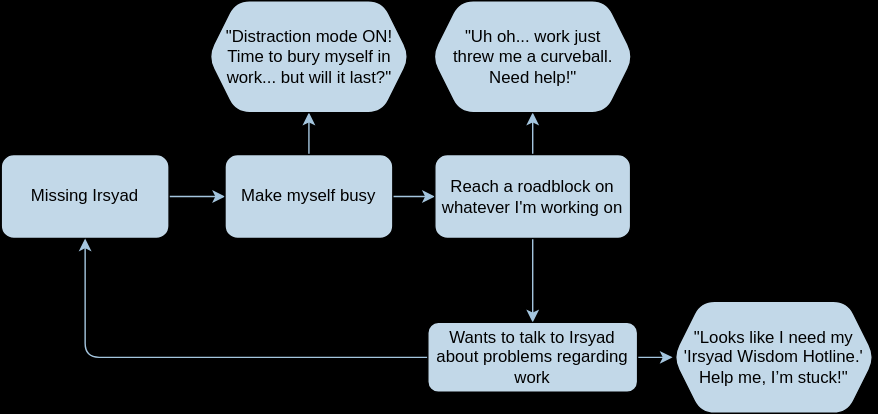
Above: Untitled Diagram.drawio.svg in MaryVII/Flowchart (draw.io), before the change. Source tidied: cells renumbered, new cells last; positions are measured from the earlier drawing's top-left corner, leaving out a move shared by most shapes.
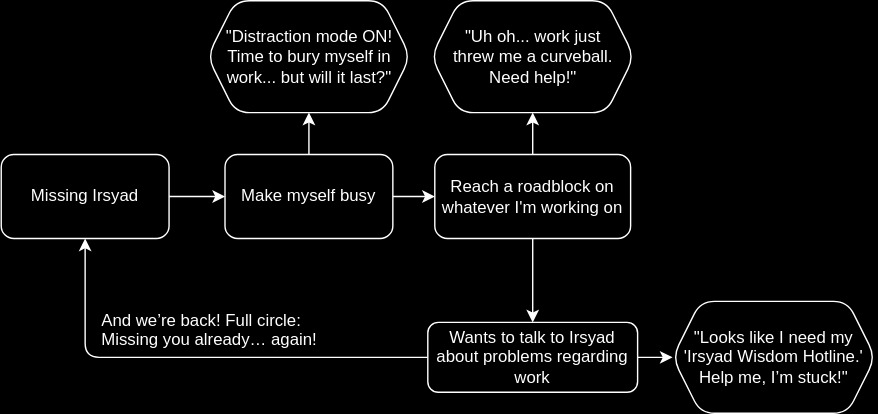
After the change.

The edit, as a diff of the source:
```diff
@@ -2,49 +2,49 @@
   <root>
     <mxCell id="0" />
     <mxCell id="1" parent="0" />
-    <mxCell id="2" style="edgeStyle=orthogonalEdgeStyle;rounded=1;jettySize=auto;html=1;labelBackgroundColor=none;strokeColor=#23445D;fontColor=default;" parent="1" edge="1" source="3" target="6">
+    <mxCell id="2" style="edgeStyle=orthogonalEdgeStyle;rounded=1;jettySize=auto;html=1;labelBackgroundColor=none;fontColor=default;" parent="1" edge="1" source="3" target="6">
       <mxGeometry relative="1" as="geometry" />
     </mxCell>
-    <mxCell id="3" value="Missing Irsyad" style="rounded=1;whiteSpace=wrap;html=1;labelBackgroundColor=none;fillColor=#182E3E;strokeColor=#FFFFFF;fontColor=#FFFFFF;" parent="1" vertex="1">
+    <mxCell id="3" value="Missing Irsyad" style="rounded=1;whiteSpace=wrap;html=1;labelBackgroundColor=none;" parent="1" vertex="1">
       <mxGeometry y="110" width="120" height="60" as="geometry" />
     </mxCell>
-    <mxCell id="4" style="edgeStyle=orthogonalEdgeStyle;rounded=1;jettySize=auto;html=1;labelBackgroundColor=none;strokeColor=#23445D;fontColor=default;" parent="1" edge="1" source="6" target="9">
+    <mxCell id="4" style="edgeStyle=orthogonalEdgeStyle;rounded=1;jettySize=auto;html=1;labelBackgroundColor=none;fontColor=default;" parent="1" edge="1" source="6" target="9">
       <mxGeometry relative="1" as="geometry" />
     </mxCell>
-    <mxCell id="5" style="edgeStyle=orthogonalEdgeStyle;rounded=1;jettySize=auto;html=1;labelBackgroundColor=none;strokeColor=#23445D;fontColor=default;" parent="1" edge="1" source="6" target="13">
+    <mxCell id="5" style="edgeStyle=orthogonalEdgeStyle;rounded=1;jettySize=auto;html=1;labelBackgroundColor=none;fontColor=default;" parent="1" edge="1" source="6" target="13">
       <mxGeometry relative="1" as="geometry" />
     </mxCell>
-    <mxCell id="6" value="Make myself busy" style="whiteSpace=wrap;html=1;rounded=1;labelBackgroundColor=none;fillColor=#182E3E;strokeColor=#FFFFFF;fontColor=#FFFFFF;" parent="1" vertex="1">
+    <mxCell id="6" value="Make myself busy" style="whiteSpace=wrap;html=1;rounded=1;labelBackgroundColor=none;" parent="1" vertex="1">
       <mxGeometry x="160" y="110" width="120" height="60" as="geometry" />
     </mxCell>
-    <mxCell id="7" style="edgeStyle=orthogonalEdgeStyle;rounded=1;jettySize=auto;html=1;labelBackgroundColor=none;strokeColor=#23445D;fontColor=default;" parent="1" edge="1" source="9" target="12">
+    <mxCell id="7" style="edgeStyle=orthogonalEdgeStyle;rounded=1;jettySize=auto;html=1;labelBackgroundColor=none;fontColor=default;" parent="1" edge="1" source="9" target="12">
       <mxGeometry relative="1" as="geometry" />
     </mxCell>
-    <mxCell id="8" style="edgeStyle=orthogonalEdgeStyle;rounded=1;jettySize=auto;html=1;labelBackgroundColor=none;strokeColor=#23445D;fontColor=default;" parent="1" edge="1" source="9" target="14">
+    <mxCell id="8" style="edgeStyle=orthogonalEdgeStyle;rounded=1;jettySize=auto;html=1;labelBackgroundColor=none;fontColor=default;" parent="1" edge="1" source="9" target="14">
       <mxGeometry relative="1" as="geometry" />
     </mxCell>
-    <mxCell id="9" value="Reach a roadblock on whatever I'm working on" style="whiteSpace=wrap;html=1;rounded=1;labelBackgroundColor=none;fillColor=#182E3E;strokeColor=#FFFFFF;fontColor=#FFFFFF;" parent="1" vertex="1">
+    <mxCell id="9" value="Reach a roadblock on whatever I'm working on" style="whiteSpace=wrap;html=1;rounded=1;labelBackgroundColor=none;" parent="1" vertex="1">
       <mxGeometry x="310" y="110" width="140" height="60" as="geometry" />
     </mxCell>
-    <mxCell id="10" style="edgeStyle=orthogonalEdgeStyle;rounded=1;jettySize=auto;html=1;entryX=0.5;entryY=1;entryDx=0;entryDy=0;labelBackgroundColor=none;strokeColor=#23445D;fontColor=default;" parent="1" edge="1" source="12" target="3">
+    <mxCell id="10" style="edgeStyle=orthogonalEdgeStyle;rounded=1;jettySize=auto;html=1;entryX=0.5;entryY=1;entryDx=0;entryDy=0;labelBackgroundColor=none;fontColor=default;" parent="1" edge="1" source="12" target="3">
       <mxGeometry relative="1" as="geometry" />
     </mxCell>
-    <mxCell id="11" style="edgeStyle=orthogonalEdgeStyle;rounded=1;jettySize=auto;html=1;labelBackgroundColor=none;strokeColor=#23445D;fontColor=default;" parent="1" edge="1" source="12" target="15">
+    <mxCell id="11" style="edgeStyle=orthogonalEdgeStyle;rounded=1;jettySize=auto;html=1;labelBackgroundColor=none;fontColor=default;" parent="1" edge="1" source="12" target="15">
       <mxGeometry relative="1" as="geometry" />
     </mxCell>
-    <mxCell id="12" value="Wants to talk to Irsyad about problems regarding work" style="whiteSpace=wrap;html=1;rounded=1;labelBackgroundColor=none;fillColor=#182E3E;strokeColor=#FFFFFF;fontColor=#FFFFFF;" parent="1" vertex="1">
+    <mxCell id="12" value="Wants to talk to Irsyad about problems regarding work" style="whiteSpace=wrap;html=1;rounded=1;labelBackgroundColor=none;" parent="1" vertex="1">
       <mxGeometry x="305" y="230" width="150" height="50" as="geometry" />
     </mxCell>
-    <mxCell id="13" value="&quot;Distraction mode ON! Time to bury myself in work... but will it last?&quot;" style="shape=hexagon;perimeter=hexagonPerimeter2;whiteSpace=wrap;html=1;fixedSize=1;rounded=1;labelBackgroundColor=none;fillColor=#182E3E;strokeColor=#FFFFFF;fontColor=#FFFFFF;" parent="1" vertex="1">
+    <mxCell id="13" value="&quot;Distraction mode ON! Time to bury myself in work... but will it last?&quot;" style="shape=hexagon;perimeter=hexagonPerimeter2;whiteSpace=wrap;html=1;fixedSize=1;rounded=1;labelBackgroundColor=none;" parent="1" vertex="1">
       <mxGeometry x="147.5" width="145" height="80" as="geometry" />
     </mxCell>
-    <mxCell id="14" value="&amp;nbsp;&quot;Uh oh... work just&amp;nbsp;&lt;div&gt;threw me a curveball.&lt;/div&gt;&lt;div&gt;Need help!&quot;&lt;/div&gt;" style="shape=hexagon;perimeter=hexagonPerimeter2;whiteSpace=wrap;html=1;fixedSize=1;rounded=1;labelBackgroundColor=none;fillColor=#182E3E;strokeColor=#FFFFFF;fontColor=#FFFFFF;" parent="1" vertex="1">
+    <mxCell id="14" value="&amp;nbsp;&quot;Uh oh... work just&amp;nbsp;&lt;div&gt;threw me a curveball.&lt;/div&gt;&lt;div&gt;Need help!&quot;&lt;/div&gt;" style="shape=hexagon;perimeter=hexagonPerimeter2;whiteSpace=wrap;html=1;fixedSize=1;rounded=1;labelBackgroundColor=none;" parent="1" vertex="1">
       <mxGeometry x="307.5" width="145" height="80" as="geometry" />
     </mxCell>
-    <mxCell id="15" value="&quot;Looks like I need my 'Irsyad Wisdom Hotline.' Help me, I’m stuck!&quot;" style="shape=hexagon;perimeter=hexagonPerimeter2;whiteSpace=wrap;html=1;fixedSize=1;rounded=1;labelBackgroundColor=none;fillColor=#182E3E;strokeColor=#FFFFFF;fontColor=#FFFFFF;" parent="1" vertex="1">
+    <mxCell id="15" value="&quot;Looks like I need my 'Irsyad Wisdom Hotline.' Help me, I’m stuck!&quot;" style="shape=hexagon;perimeter=hexagonPerimeter2;whiteSpace=wrap;html=1;fixedSize=1;rounded=1;labelBackgroundColor=none;" parent="1" vertex="1">
       <mxGeometry x="480" y="215" width="145" height="80" as="geometry" />
     </mxCell>
-    <mxCell id="16" value="&lt;h1 style=&quot;margin-top: 0px;&quot;&gt;&lt;br&gt;&lt;/h1&gt;&lt;p&gt;And we’re back! Full circle: Missing you already… again!&lt;br&gt;&lt;/p&gt;" style="text;html=1;whiteSpace=wrap;overflow=hidden;rounded=1;labelBackgroundColor=none;fontColor=#FFFFFF;" parent="1" vertex="1">
+    <mxCell id="16" value="&lt;h1 style=&quot;margin-top: 0px;&quot;&gt;&lt;br&gt;&lt;/h1&gt;&lt;p&gt;And we’re back! Full circle: Missing you already… again!&lt;br&gt;&lt;/p&gt;" style="text;html=1;whiteSpace=wrap;overflow=hidden;rounded=1;labelBackgroundColor=none;" parent="1" vertex="1">
       <mxGeometry x="70" y="170" width="180" height="120" as="geometry" />
     </mxCell>
   </root>
```
